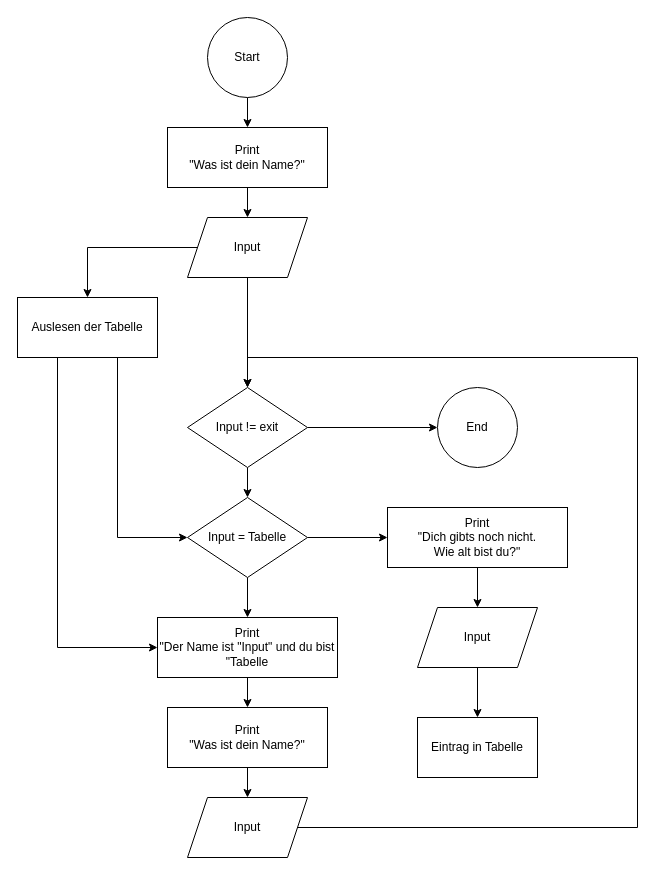
Above: docs/NamenAusleser.drawio in JustJ4Y/Python (draw.io), before the change. Source tidied: cells renumbered, new cells numbered last; positions are measured from the earlier drawing's top-left corner, leaving out a move shared by most shapes. Both pictures are drawn from the tidied source at 100%, with x=0, y=0 at pixel (17, 17).
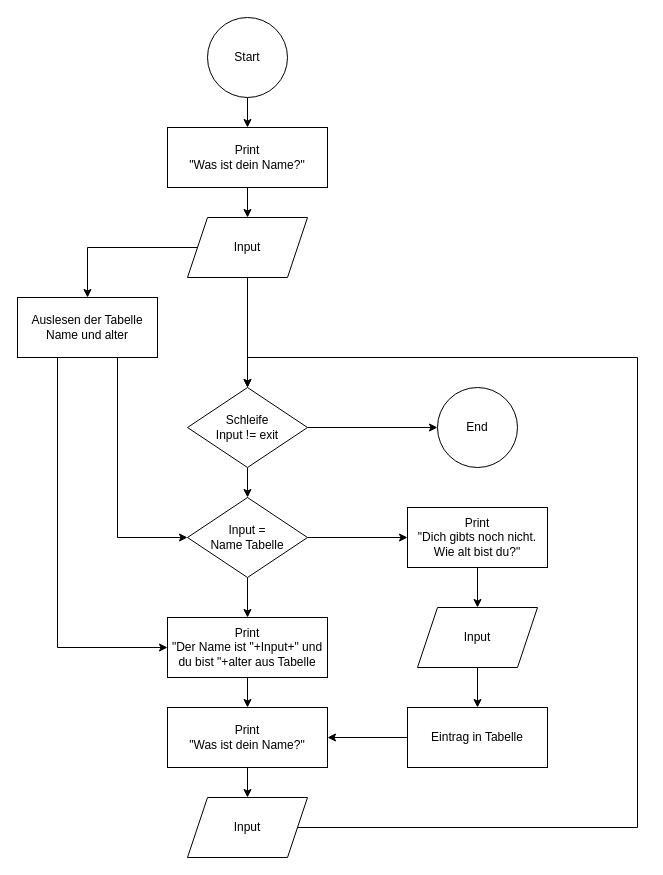
The same diagram, later.

The change refers to these unchanged cells:
```xml
<mxCell id="22" value="&lt;div&gt;Print&lt;/div&gt;&lt;div&gt;&quot;Was ist dein Name?&quot;&lt;/div&gt;" style="whiteSpace=wrap;html=1;" parent="1" vertex="1">
  <mxGeometry x="150" y="690" width="160" height="60" as="geometry" />
</mxCell>
```

What changed in the source:
```diff
@@
-    <mxCell id="11" value="Auslesen der Tabelle" style="whiteSpace=wrap;html=1;" parent="1" vertex="1">
+    <mxCell id="11" value="Auslesen der Tabelle&lt;div&gt;Name und alter&lt;/div&gt;" style="whiteSpace=wrap;html=1;" parent="1" vertex="1">
       <mxGeometry y="280" width="140" height="60" as="geometry" />
     </mxCell>
@@
-    <mxCell id="14" value="Input != exit" style="rhombus;whiteSpace=wrap;html=1;" parent="1" vertex="1">
+    <mxCell id="14" value="&lt;div&gt;Schleife&lt;/div&gt;Input != exit" style="rhombus;whiteSpace=wrap;html=1;" parent="1" vertex="1">
       <mxGeometry x="170" y="370" width="120" height="80" as="geometry" />
     </mxCell>
@@
-    <mxCell id="17" value="Input = Tabelle" style="rhombus;whiteSpace=wrap;html=1;" parent="1" vertex="1">
+    <mxCell id="17" value="Input =&lt;div&gt;Name Tabelle&lt;/div&gt;" style="rhombus;whiteSpace=wrap;html=1;" parent="1" vertex="1">
       <mxGeometry x="170" y="480" width="120" height="80" as="geometry" />
     </mxCell>
@@
-    <mxCell id="20" value="&lt;div&gt;Print&lt;/div&gt;&quot;Der Name ist &quot;Input&quot; und du bist &quot;Tabelle" style="whiteSpace=wrap;html=1;" parent="1" vertex="1">
-      <mxGeometry x="140" y="600" width="180" height="60" as="geometry" />
+    <mxCell id="20" value="&lt;div&gt;Print&lt;/div&gt;&quot;Der Name ist &quot;+Input+&quot; und du bist &quot;+alter aus Tabelle" style="whiteSpace=wrap;html=1;" parent="1" vertex="1">
+      <mxGeometry x="150" y="600" width="160" height="60" as="geometry" />
     </mxCell>
@@
     <mxCell id="26" value="Print&lt;div&gt;&quot;Dich gibts noch nicht.&lt;/div&gt;&lt;div&gt;Wie alt bist du?&quot;&lt;/div&gt;" style="whiteSpace=wrap;html=1;" parent="1" vertex="1">
-      <mxGeometry x="370" y="490" width="180" height="60" as="geometry" />
+      <mxGeometry x="390" y="490" width="140" height="60" as="geometry" />
     </mxCell>
@@
+    <mxCell id="30" style="edgeStyle=none;html=1;" parent="1" edge="1" source="29" target="22">
+      <mxGeometry relative="1" as="geometry" />
+    </mxCell>
     <mxCell id="29" value="Eintrag in Tabelle" style="whiteSpace=wrap;html=1;" parent="1" vertex="1">
-      <mxGeometry x="400" y="700" width="120" height="60" as="geometry" />
+      <mxGeometry x="390" y="690" width="140" height="60" as="geometry" />
     </mxCell>
```
